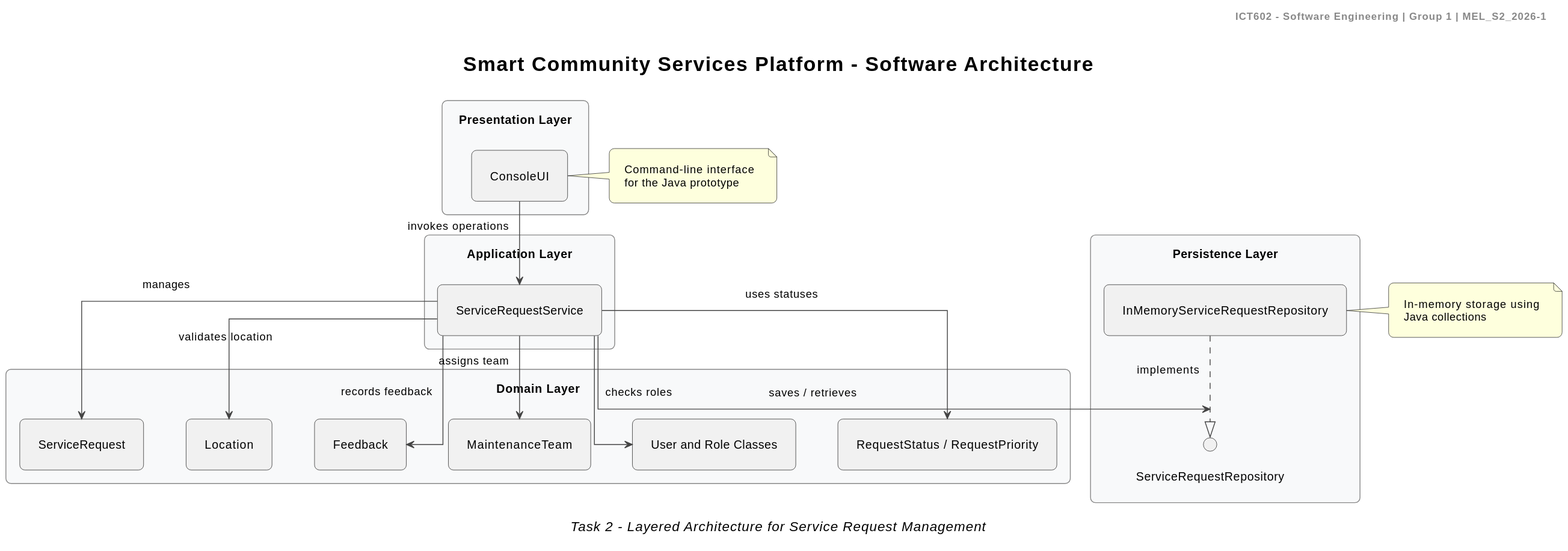
Above: out/docs/uml/architecture-diagram/architecture-diagram.svg in gg-sajanbasnet/ICT602-MEL_S2_2026-1 (PlantUML), before the change.
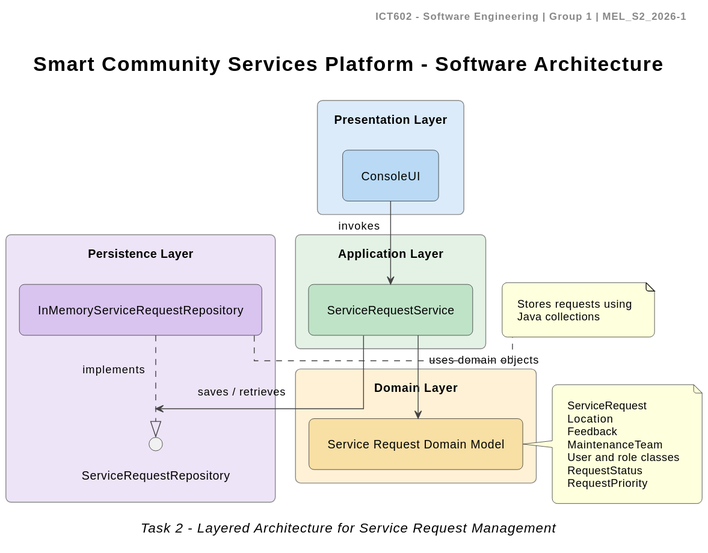
Above is the later version.

What changed in the source:
```diff
@@ -10,47 +10,51 @@
 skinparam packageStyle rectangle
 skinparam linetype ortho
 
-package "Presentation Layer" {
-  component "ConsoleUI" as UI
+skinparam nodesep 35
+skinparam ranksep 45
+
+
+package "Presentation Layer" #DCEBFA {
+  component "ConsoleUI" as UI #B9D9F4
 }
 
-package "Application Layer" {
-  component "ServiceRequestService" as SRS
+
+package "Application Layer" #E3F2E5 {
+  component "ServiceRequestService" as SRS #BFE3C7
 }
 
-package "Domain Layer" {
-  component "ServiceRequest" as SR
-  component "Location" as LOC
-  component "Feedback" as FB
-  component "MaintenanceTeam" as MT
-  component "User and Role Classes" as USERS
-  component "RequestStatus / RequestPriority" as ENUMS
+
+package "Domain Layer" #FFF1D6 {
+  component "Service Request Domain Model" as DOMAIN #F8DFA4
 }
 
-package "Persistence Layer" {
+
+package "Persistence Layer" #EDE4F7 {
   interface "ServiceRequestRepository" as REPO
-  component "InMemoryServiceRequestRepository" as MEM
+  component "InMemoryServiceRequestRepository" as MEM #D8C4EF
 }
 
-UI --> SRS : invokes operations
 
-SRS --> SR : manages
-SRS --> LOC : validates location
-SRS --> FB : records feedback
-SRS --> MT : assigns team
-SRS --> USERS : checks roles
-SRS --> ENUMS : uses statuses
+UI -down-> SRS : invokes
 
-SRS --> REPO : saves / retrieves
+SRS -down-> DOMAIN : uses domain objects
+SRS -down-> REPO : saves / retrieves
+
 MEM ..|> REPO : implements
 
-note right of UI
-  Command-line interface
-  for the Java prototype
+
+note right of DOMAIN
+  ServiceRequest
+  Location
+  Feedback
+  MaintenanceTeam
+  User and role classes
+  RequestStatus
+  RequestPriority
 end note
 
 note right of MEM
-  In-memory storage using
+  Stores requests using
   Java collections
 end note
 
```
